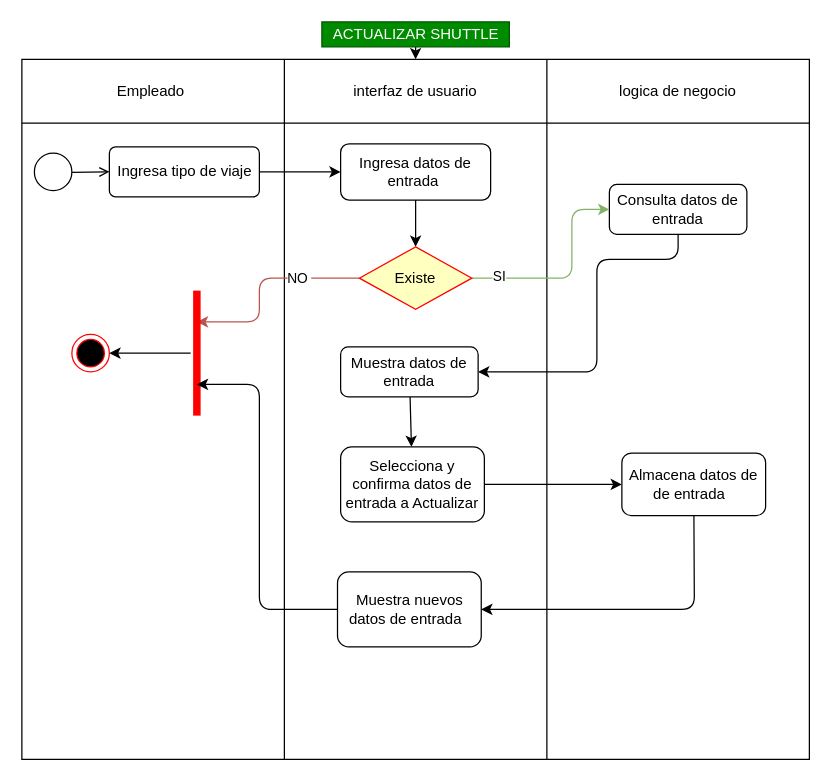
This is Diagramas_Actividad/DAE.10.2.drawio from DavidArtavia/Activity_Diagram-, a draw.io file, before an edit. Source tidied: cells renumbered, new cells numbered last; positions are measured from the earlier drawing's top-left corner, leaving out a move shared by most shapes. Both pictures are drawn from the tidied source at 125%, with x=0, y=0 at pixel (21, 21).
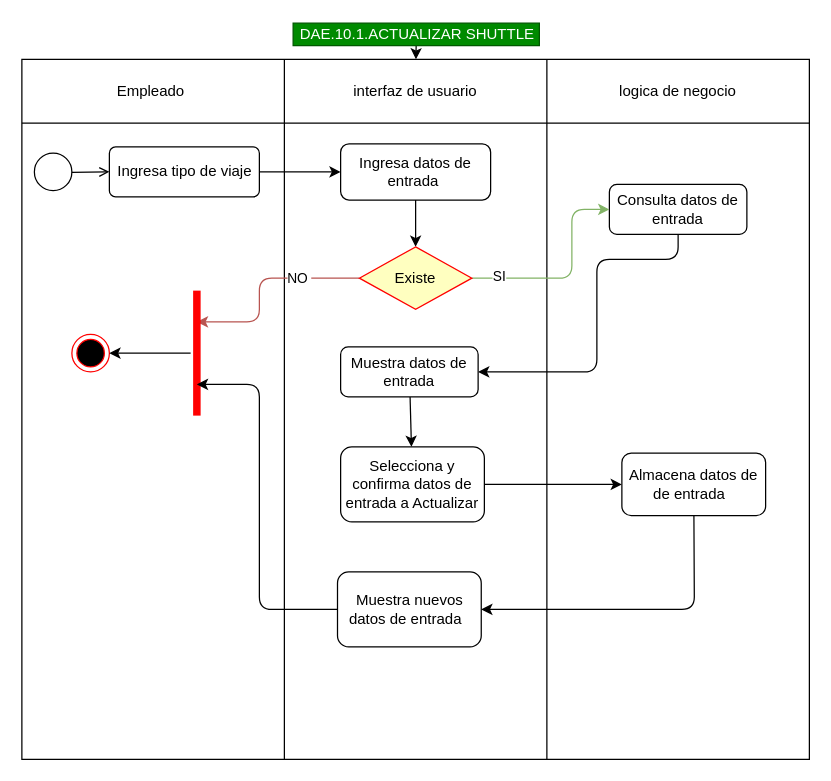
After the change.

Diff of the diagram source:
```diff
@@
-    <mxCell id="19" value="ACTUALIZAR SHUTTLE" style="text;html=1;align=center;verticalAlign=middle;points=[];rounded=0;fillColor=#008a00;fontColor=#ffffff;strokeColor=#005700;" parent="1" vertex="1">
-      <mxGeometry x="240" width="150" height="20" as="geometry" />
+    <mxCell id="19" value="DAE.10.1.ACTUALIZAR SHUTTLE" style="text;html=1;align=center;verticalAlign=middle;points=[];rounded=0;fillColor=#008a00;fontColor=#ffffff;strokeColor=#005700;" parent="1" vertex="1">
+      <mxGeometry x="217" y="1" width="197" height="18" as="geometry" />
     </mxCell>
```
